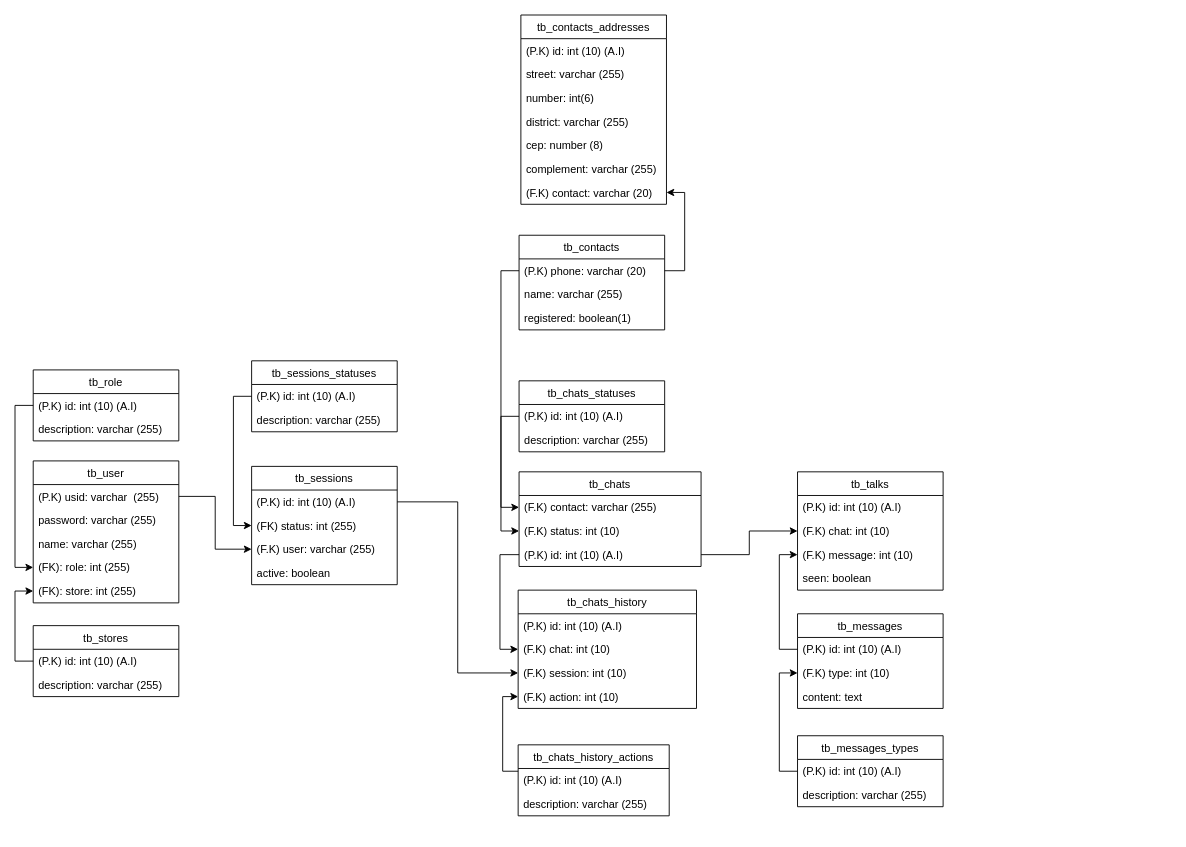
Before: src/database/database.drawio in aka-sacci/chatbot-whatsapp-api, a draw.io diagram. Source tidied: cells renumbered, new cells numbered last; positions are measured from the earlier drawing's top-left corner, leaving out a move shared by most shapes. Both pictures are drawn from the tidied source at 91%, with x=0, y=0 at pixel (15, 15).
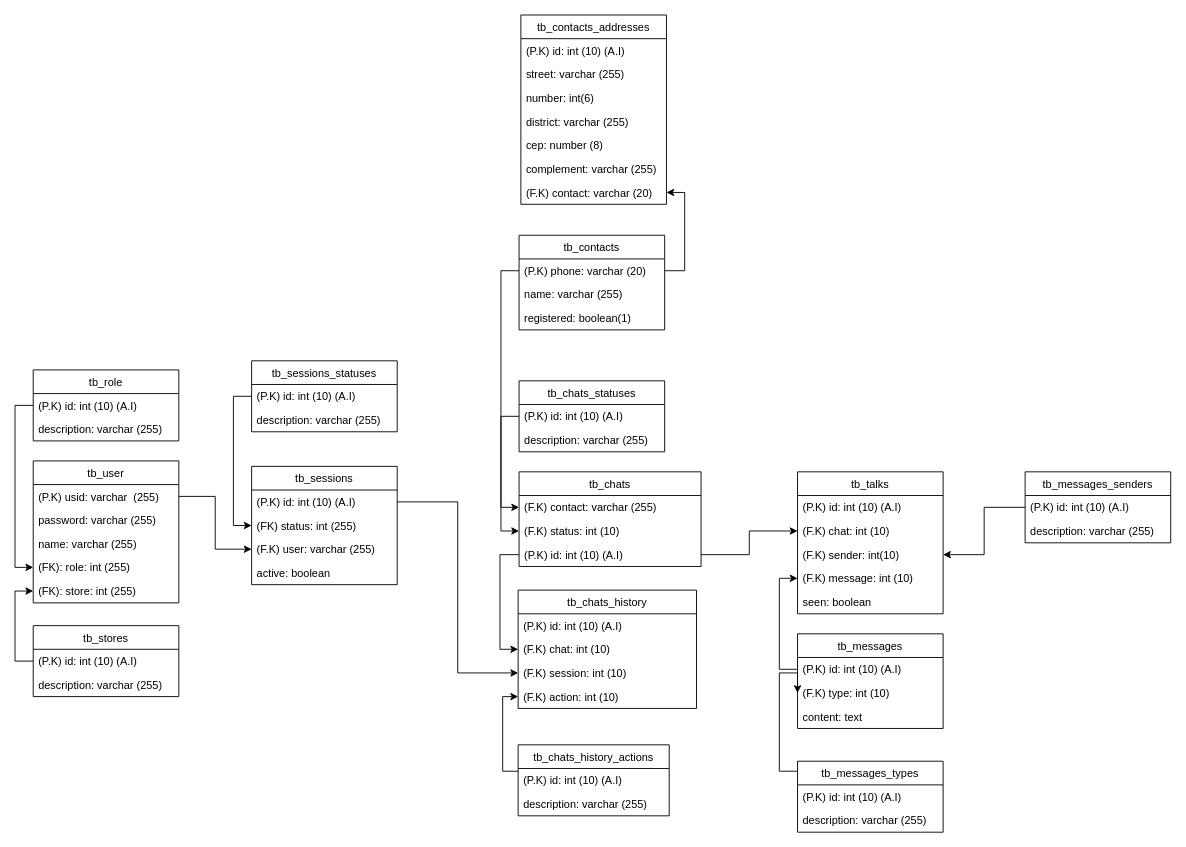
The same page after the edit.

What changed in the source:
```diff
@@
     <mxCell id="32" value="tb_talks" style="swimlane;fontStyle=0;horizontal=1;startSize=26;fillColor=none;" parent="1" vertex="1">
-      <mxGeometry x="859.9" y="502" width="160" height="130" as="geometry" />
+      <mxGeometry x="859.9" y="502" width="160" height="156" as="geometry" />
     </mxCell>
@@
+    <mxCell id="45" value="(F.K) sender: int(10)" style="text;strokeColor=none;fillColor=none;align=left;verticalAlign=top;spacingLeft=4;spacingRight=4;overflow=hidden;points=[[0,0.5],[1,0.5]];portConstraint=eastwest;" parent="32" vertex="1">
+      <mxGeometry y="78" width="160" height="26" as="geometry" />
+    </mxCell>
     <mxCell id="35" value="(F.K) message: int (10)" style="text;strokeColor=none;fillColor=none;align=left;verticalAlign=top;spacingLeft=4;spacingRight=4;overflow=hidden;points=[[0,0.5],[1,0.5]];portConstraint=eastwest;" parent="32" vertex="1">
-      <mxGeometry y="78" width="160" height="26" as="geometry" />
+      <mxGeometry y="104" width="160" height="26" as="geometry" />
     </mxCell>
     <mxCell id="36" value="seen: boolean" style="text;strokeColor=none;fillColor=none;align=left;verticalAlign=top;spacingLeft=4;spacingRight=4;overflow=hidden;" parent="32" vertex="1">
-      <mxGeometry y="104" width="160" height="26" as="geometry" />
+      <mxGeometry y="130" width="160" height="26" as="geometry" />
     </mxCell>
@@
     <mxCell id="39" value="tb_messages_types" style="swimlane;fontStyle=0;horizontal=1;startSize=26;fillColor=none;" parent="1" vertex="1">
-      <mxGeometry x="859.9" y="792" width="160" height="78" as="geometry" />
+      <mxGeometry x="859.9" y="820" width="160" height="78" as="geometry" />
     </mxCell>
@@
     <mxCell id="42" value="tb_messages" style="swimlane;fontStyle=0;horizontal=1;startSize=26;fillColor=none;" parent="1" vertex="1">
-      <mxGeometry x="859.9" y="658" width="160" height="104" as="geometry" />
+      <mxGeometry x="859.9" y="680" width="160" height="104" as="geometry" />
     </mxCell>
@@
-    <mxCell id="45" value="content: text" style="text;strokeColor=none;fillColor=none;align=left;verticalAlign=top;spacingLeft=4;spacingRight=4;overflow=hidden;points=[[0,0.5],[1,0.5]];portConstraint=eastwest;" parent="42" vertex="1">
-      <mxGeometry y="78" width="160" height="26" as="geometry" />
-    </mxCell>
+    <mxCell id="74" value="content: text" style="text;strokeColor=none;fillColor=none;align=left;verticalAlign=top;spacingLeft=4;spacingRight=4;overflow=hidden;" parent="42" vertex="1">
+      <mxGeometry y="78" width="160" height="26" as="geometry" />
+    </mxCell>
@@
+    <mxCell id="75" value="tb_messages_senders" style="swimlane;fontStyle=0;horizontal=1;startSize=26;fillColor=none;" parent="1" vertex="1">
+      <mxGeometry x="1110" y="502" width="160" height="78" as="geometry" />
+    </mxCell>
+    <mxCell id="76" value="(P.K) id: int (10) (A.I)" style="text;strokeColor=none;fillColor=none;align=left;verticalAlign=top;spacingLeft=4;spacingRight=4;overflow=hidden;points=[[0,0.5],[1,0.5]];portConstraint=eastwest;" parent="75" vertex="1">
+      <mxGeometry y="26" width="160" height="26" as="geometry" />
+    </mxCell>
+    <mxCell id="77" value="description: varchar (255)" style="text;strokeColor=none;fillColor=none;align=left;verticalAlign=top;spacingLeft=4;spacingRight=4;overflow=hidden;" parent="75" vertex="1">
+      <mxGeometry y="52" width="160" height="26" as="geometry" />
+    </mxCell>
+    <mxCell id="78" style="edgeStyle=orthogonalEdgeStyle;rounded=0;jettySize=auto;html=1;" parent="1" edge="1" source="76" target="45">
+      <mxGeometry relative="1" as="geometry" />
+    </mxCell>
```
